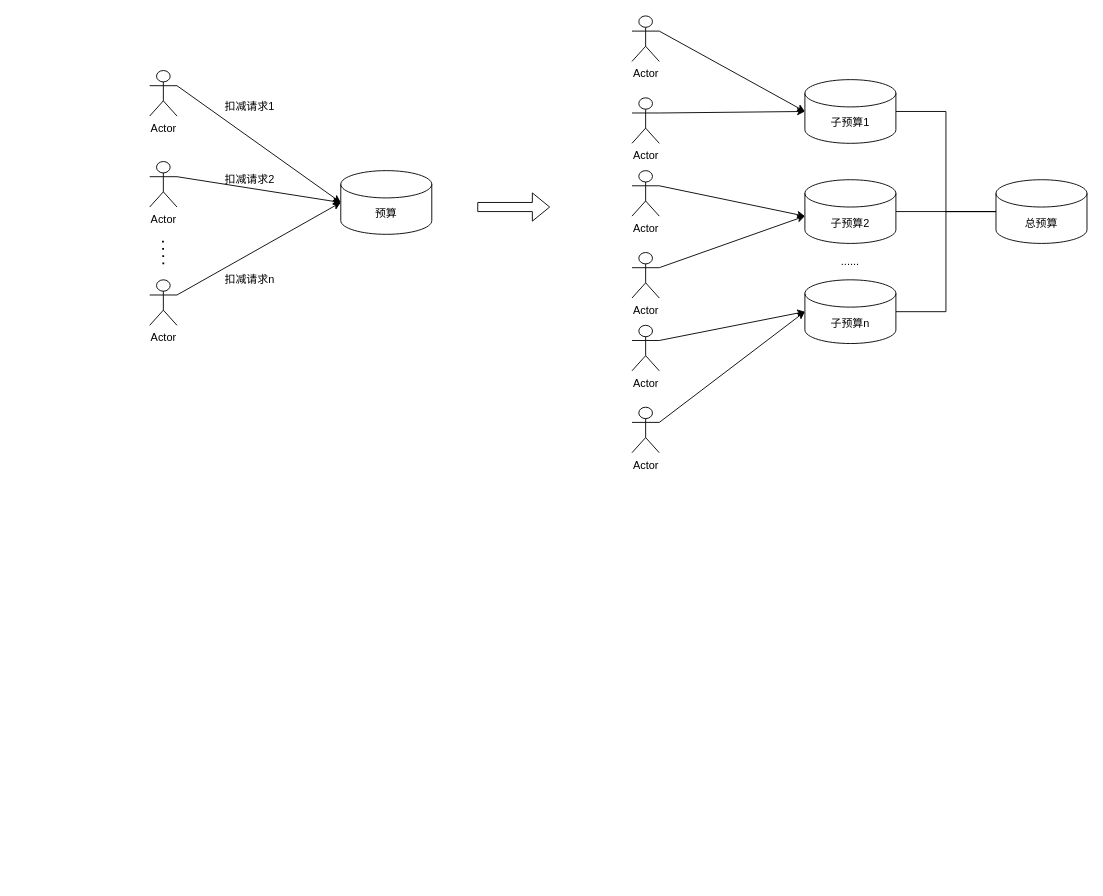
The draw.io diagram Untitled Diagram.drawio in wutongshu1993/blog, before the edit. Source tidied: cells renumbered, new cells numbered last; positions are measured from the earlier drawing's top-left corner, leaving out a move shared by most shapes. Both pictures are drawn from the tidied source at 91%, with x=0, y=0 at pixel (149, 15).
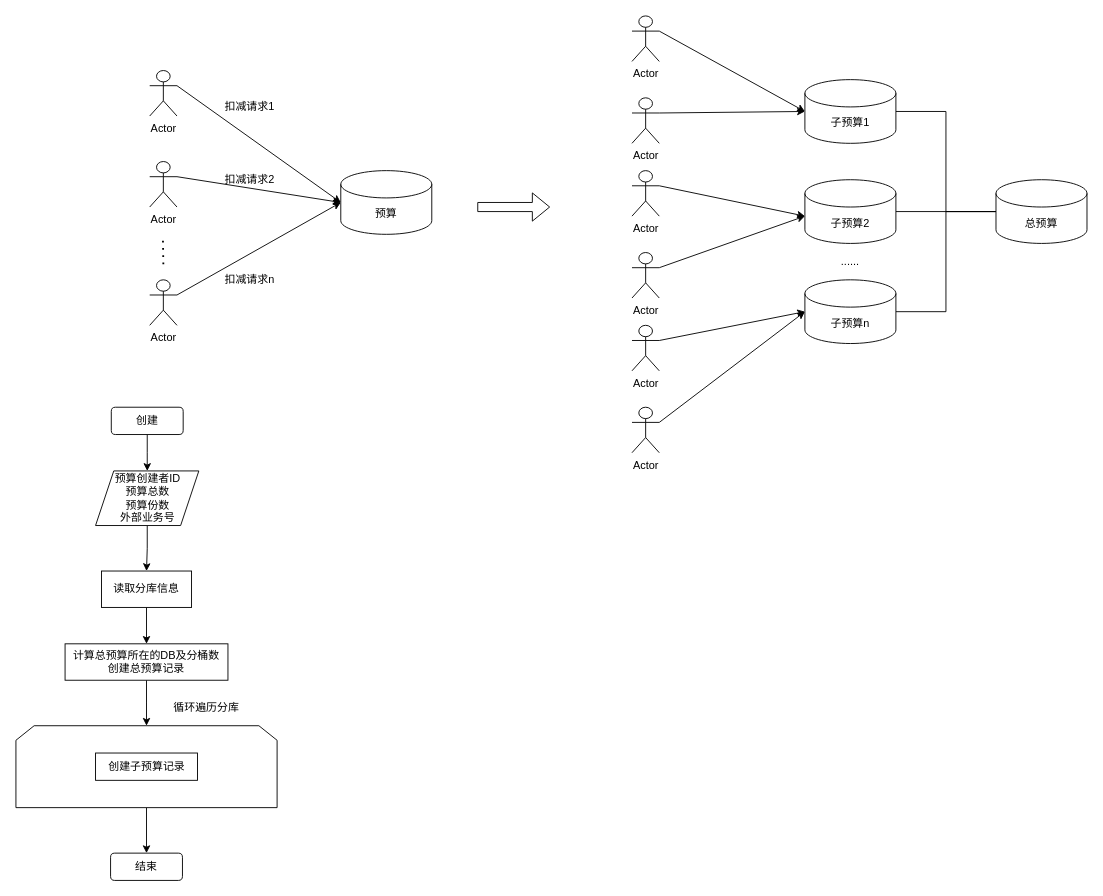
Above is the later version.

What changed in the source:
```diff
@@
+    <mxCell id="34" style="edgeStyle=orthogonalEdgeStyle;rounded=0;jettySize=auto;html=1;" parent="1" edge="1" source="35" target="46">
+      <mxGeometry relative="1" as="geometry" />
+    </mxCell>
+    <mxCell id="35" style="shape=loopLimit;whiteSpace=wrap;html=1;" parent="1" vertex="1">
+      <mxGeometry x="-147" y="780" width="287" height="90" as="geometry" />
+    </mxCell>
+    <mxCell id="36" style="edgeStyle=orthogonalEdgeStyle;rounded=0;jettySize=auto;html=1;" parent="1" edge="1" source="37" target="39">
+      <mxGeometry relative="1" as="geometry" />
+    </mxCell>
+    <mxCell id="37" value="读取分库信息" style="rounded=0;whiteSpace=wrap;html=1;" parent="1" vertex="1">
+      <mxGeometry x="-53" y="610" width="99" height="40" as="geometry" />
+    </mxCell>
+    <mxCell id="38" style="edgeStyle=orthogonalEdgeStyle;rounded=0;jettySize=auto;html=1;entryX=0.5;entryY=0;entryDx=0;entryDy=0;" parent="1" edge="1" source="39">
+      <mxGeometry relative="1" as="geometry">
+        <mxPoint x="-3.5" y="780" as="targetPoint" />
+      </mxGeometry>
+    </mxCell>
+    <mxCell id="39" value="&lt;span&gt;计算总预算所在的DB及分桶数&lt;/span&gt;&lt;br&gt;&lt;span&gt;创建总预算记录&lt;/span&gt;" style="rounded=0;whiteSpace=wrap;html=1;" parent="1" vertex="1">
+      <mxGeometry x="-93" y="690" width="179" height="40" as="geometry" />
+    </mxCell>
+    <mxCell id="40" style="edgeStyle=orthogonalEdgeStyle;rounded=0;jettySize=auto;html=1;" parent="1" edge="1" source="41" target="45">
+      <mxGeometry relative="1" as="geometry" />
+    </mxCell>
+    <mxCell id="41" value="创建" style="rounded=1;whiteSpace=wrap;html=1;" parent="1" vertex="1">
+      <mxGeometry x="-42.2" y="430" width="79" height="30" as="geometry" />
+    </mxCell>
+    <mxCell id="42" value="循环遍历分库" style="text;html=1;align=center;verticalAlign=middle;fillColor=none;strokeColor=none;rounded=0;" parent="1" vertex="1">
+      <mxGeometry x="16.5" y="750" width="90" height="20" as="geometry" />
+    </mxCell>
+    <mxCell id="43" value="创建子预算记录" style="rounded=0;whiteSpace=wrap;html=1;" parent="1" vertex="1">
+      <mxGeometry x="-59.5" y="810" width="112" height="30" as="geometry" />
+    </mxCell>
+    <mxCell id="44" style="edgeStyle=orthogonalEdgeStyle;rounded=0;jettySize=auto;html=1;" parent="1" edge="1" source="45" target="37">
+      <mxGeometry relative="1" as="geometry" />
+    </mxCell>
+    <mxCell id="45" value="预算创建者ID&lt;br&gt;预算总数&lt;br&gt;预算份数&lt;br&gt;外部业务号" style="shape=parallelogram;perimeter=parallelogramPerimeter;whiteSpace=wrap;html=1;fixedSize=1;" parent="1" vertex="1">
+      <mxGeometry x="-59.5" y="500" width="113.5" height="60" as="geometry" />
+    </mxCell>
+    <mxCell id="46" value="结束" style="rounded=1;whiteSpace=wrap;html=1;" parent="1" vertex="1">
+      <mxGeometry x="-43" y="920" width="79" height="30" as="geometry" />
+    </mxCell>
```
